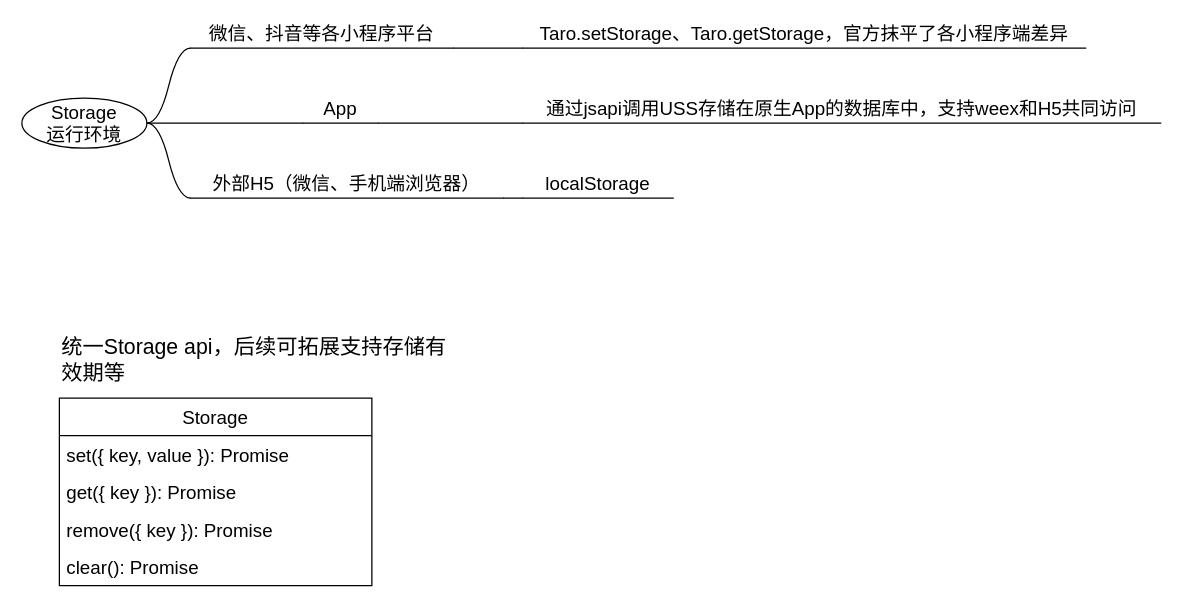
Earlier version of the draw.io diagram 跨端存储.drawio (Rainbow-556/TechProposal). Source tidied: cells renumbered, new cells numbered last; positions are measured from the earlier drawing's top-left corner, leaving out a move shared by most shapes. Both pictures are drawn from the tidied source at 125%, with x=0, y=0 at pixel (21, 22).
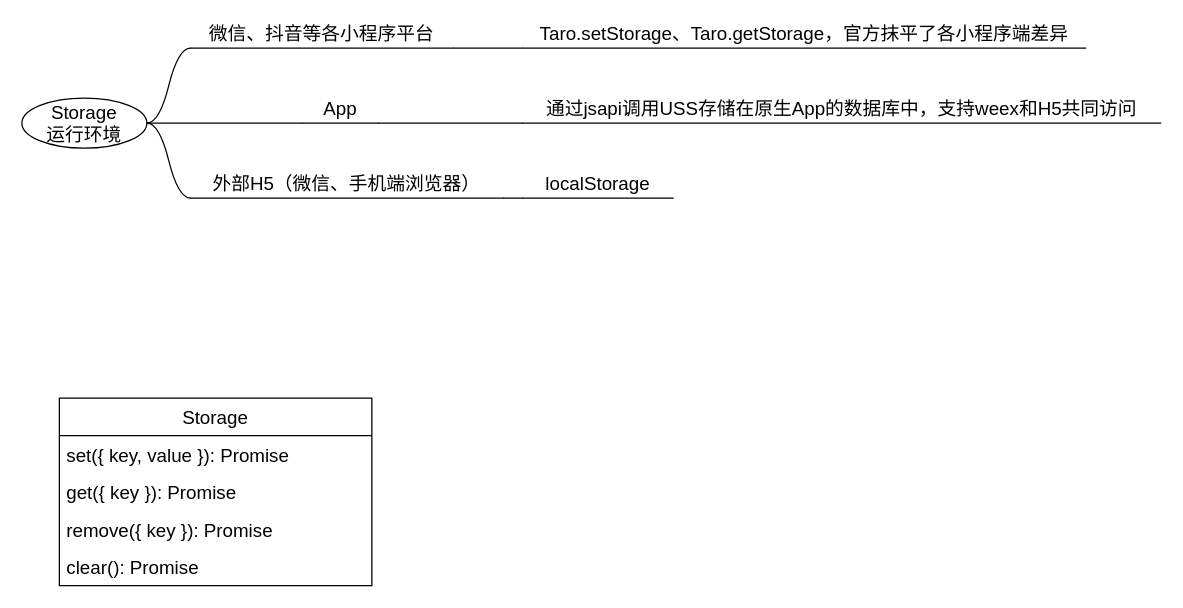
After the change.

Diff of the diagram source:
```diff
@@
-    <mxCell id="20" value="统一Storage api，后续可拓展支持存储有效期等" style="text;html=1;strokeColor=none;fillColor=none;align=left;verticalAlign=middle;whiteSpace=wrap;rounded=0;fontSize=17;" parent="1" vertex="1">
-      <mxGeometry x="30" y="250" width="310" height="40" as="geometry" />
-    </mxCell>
```
